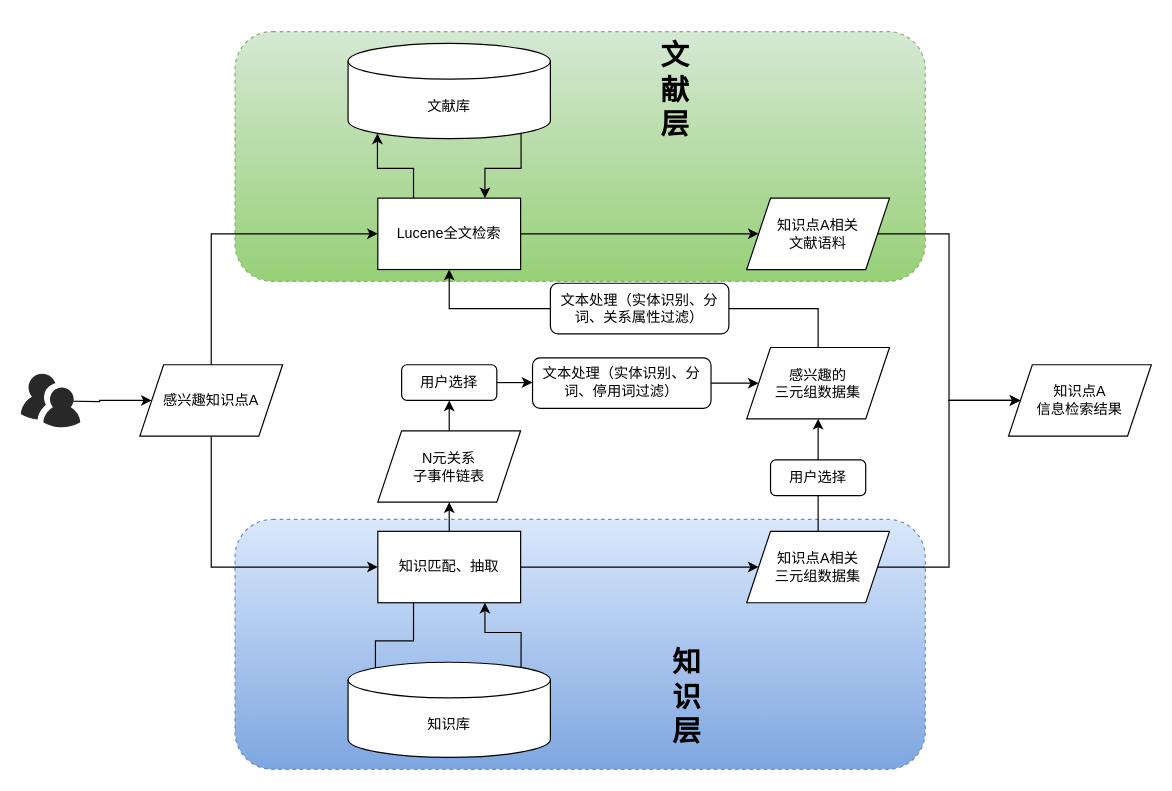
Above: Double-layers_retrival_mode.drawio in junchaoIU/Diagrams_library (draw.io), before the change. Source tidied: cells renumbered, new cells numbered last; positions are measured from the earlier drawing's top-left corner, leaving out a move shared by most shapes. Both pictures are drawn from the tidied source at 119%, with x=0, y=0 at pixel (20, 31).
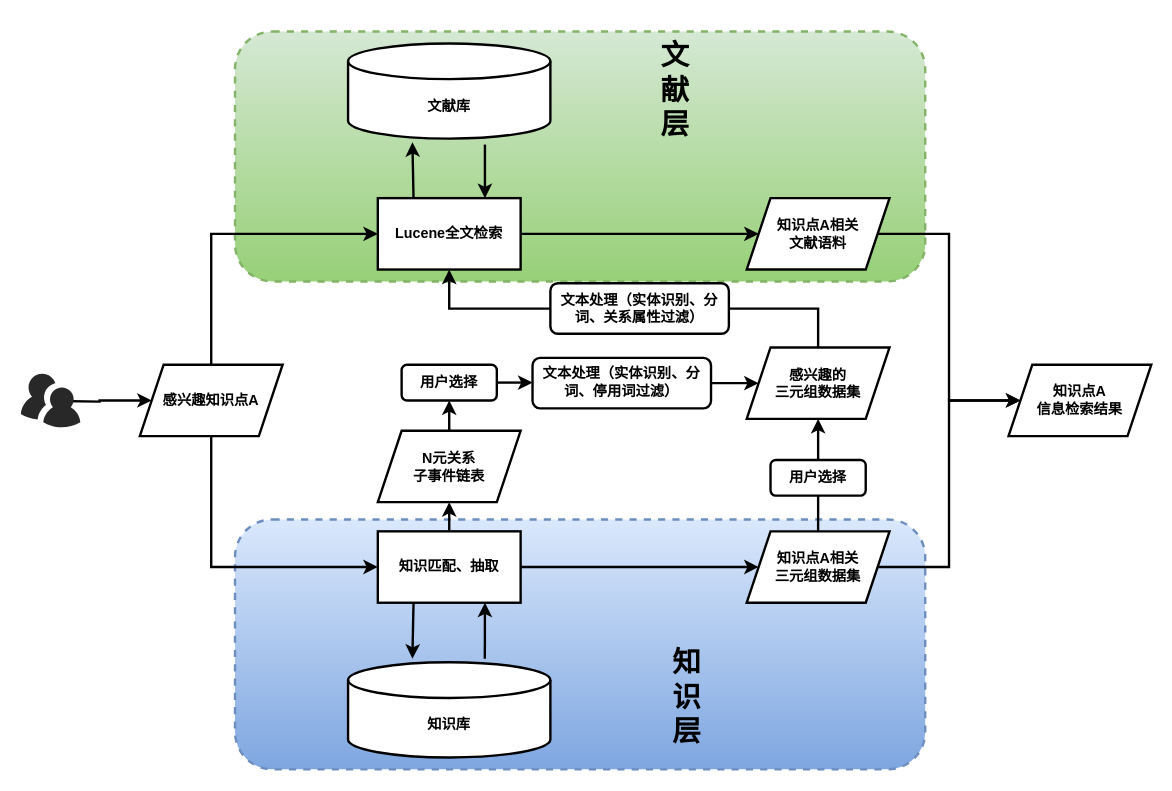
The same page after the edit.

What changed in the source:
```diff
@@
-    <mxCell id="2" style="rounded=1;whiteSpace=wrap;html=1;dashed=1;fillColor=#dae8fc;strokeColor=#6c8ebf;gradientColor=#7ea6e0;" parent="1" vertex="1">
+    <mxCell id="2" style="rounded=1;whiteSpace=wrap;html=1;dashed=1;fillColor=#dae8fc;strokeColor=#6c8ebf;gradientColor=#7ea6e0;strokeWidth=2;" parent="1" vertex="1">
       <mxGeometry x="180" y="410" width="580" height="210" as="geometry" />
     </mxCell>
-    <mxCell id="3" style="rounded=1;whiteSpace=wrap;html=1;dashed=1;fillColor=#d5e8d4;strokeColor=#82b366;gradientColor=#97d077;" parent="1" vertex="1">
+    <mxCell id="3" style="rounded=1;whiteSpace=wrap;html=1;dashed=1;fillColor=#d5e8d4;strokeColor=#82b366;gradientColor=#97d077;strokeWidth=2;" parent="1" vertex="1">
       <mxGeometry x="180" width="580" height="210" as="geometry" />
     </mxCell>
-    <mxCell id="4" style="edgeStyle=orthogonalEdgeStyle;rounded=0;jettySize=auto;html=1;exitX=0.5;exitY=0;exitDx=0;exitDy=0;entryX=0;entryY=0.5;entryDx=0;entryDy=0;" parent="1" edge="1" source="6" target="11">
+    <mxCell id="4" style="edgeStyle=orthogonalEdgeStyle;rounded=0;jettySize=auto;html=1;exitX=0.5;exitY=0;exitDx=0;exitDy=0;entryX=0;entryY=0.5;entryDx=0;entryDy=0;strokeWidth=2;" parent="1" edge="1" source="6" target="11">
       <mxGeometry relative="1" as="geometry" />
     </mxCell>
-    <mxCell id="5" style="edgeStyle=orthogonalEdgeStyle;rounded=0;jettySize=auto;html=1;exitX=0.5;exitY=1;exitDx=0;exitDy=0;entryX=0;entryY=0.5;entryDx=0;entryDy=0;" parent="1" edge="1" source="6" target="15">
+    <mxCell id="5" style="edgeStyle=orthogonalEdgeStyle;rounded=0;jettySize=auto;html=1;exitX=0.5;exitY=1;exitDx=0;exitDy=0;entryX=0;entryY=0.5;entryDx=0;entryDy=0;strokeWidth=2;" parent="1" edge="1" source="6" target="15">
       <mxGeometry relative="1" as="geometry" />
     </mxCell>
-    <mxCell id="6" value="感兴趣知识点A" style="shape=parallelogram;perimeter=parallelogramPerimeter;whiteSpace=wrap;html=1;fixedSize=1;" parent="1" vertex="1">
+    <mxCell id="6" value="&lt;b&gt;感兴趣知识点A&lt;/b&gt;" style="shape=parallelogram;perimeter=parallelogramPerimeter;whiteSpace=wrap;html=1;fixedSize=1;strokeWidth=2;" parent="1" vertex="1">
       <mxGeometry x="100" y="280" width="120" height="60" as="geometry" />
     </mxCell>
-    <mxCell id="7" style="edgeStyle=orthogonalEdgeStyle;rounded=0;jettySize=auto;html=1;exitX=0.855;exitY=1;exitDx=0;exitDy=-4.35;exitPerimeter=0;entryX=0.75;entryY=0;entryDx=0;entryDy=0;" parent="1" edge="1" source="8" target="11">
-      <mxGeometry relative="1" as="geometry" />
+    <mxCell id="7" style="rounded=0;jettySize=auto;html=1;entryX=0.75;entryY=0;entryDx=0;entryDy=0;strokeWidth=2;" parent="1" edge="1" target="11">
+      <mxGeometry relative="1" as="geometry">
+        <mxPoint x="390" y="95" as="sourcePoint" />
+      </mxGeometry>
     </mxCell>
-    <mxCell id="8" value="文献库" style="shape=cylinder3;whiteSpace=wrap;html=1;boundedLbl=1;backgroundOutline=1;size=15;" parent="1" vertex="1">
+    <mxCell id="8" value="&lt;b&gt;文献库&lt;/b&gt;" style="shape=cylinder3;whiteSpace=wrap;html=1;boundedLbl=1;backgroundOutline=1;size=15;strokeWidth=2;" parent="1" vertex="1">
       <mxGeometry x="275" y="10" width="170" height="80" as="geometry" />
     </mxCell>
-    <mxCell id="9" style="edgeStyle=orthogonalEdgeStyle;rounded=0;jettySize=auto;html=1;exitX=0.25;exitY=0;exitDx=0;exitDy=0;entryX=0.145;entryY=1;entryDx=0;entryDy=-4.35;entryPerimeter=0;" parent="1" edge="1" source="11" target="8">
+    <mxCell id="9" style="rounded=0;jettySize=auto;html=1;exitX=0.25;exitY=0;exitDx=0;exitDy=0;entryX=0.318;entryY=1.038;entryDx=0;entryDy=0;entryPerimeter=0;strokeWidth=2;" parent="1" edge="1" source="11" target="8">
       <mxGeometry relative="1" as="geometry" />
     </mxCell>
-    <mxCell id="10" style="edgeStyle=orthogonalEdgeStyle;rounded=0;jettySize=auto;html=1;exitX=1;exitY=0.5;exitDx=0;exitDy=0;entryX=0;entryY=0.5;entryDx=0;entryDy=0;" parent="1" edge="1" source="11" target="21">
+    <mxCell id="10" style="edgeStyle=orthogonalEdgeStyle;rounded=0;jettySize=auto;html=1;exitX=1;exitY=0.5;exitDx=0;exitDy=0;entryX=0;entryY=0.5;entryDx=0;entryDy=0;strokeWidth=2;" parent="1" edge="1" source="11" target="21">
       <mxGeometry relative="1" as="geometry" />
     </mxCell>
-    <mxCell id="11" value="Lucene全文检索" style="rounded=0;whiteSpace=wrap;html=1;" parent="1" vertex="1">
+    <mxCell id="11" value="&lt;b&gt;Lucene全文检索&lt;/b&gt;" style="rounded=0;whiteSpace=wrap;html=1;strokeWidth=2;" parent="1" vertex="1">
       <mxGeometry x="300" y="140" width="120" height="60" as="geometry" />
     </mxCell>
-    <mxCell id="12" style="edgeStyle=orthogonalEdgeStyle;rounded=0;jettySize=auto;html=1;exitX=0.25;exitY=1;exitDx=0;exitDy=0;entryX=0.145;entryY=0;entryDx=0;entryDy=4.35;entryPerimeter=0;" parent="1" edge="1" source="15" target="26">
-      <mxGeometry relative="1" as="geometry">
-        <Array as="points">
-          <mxPoint x="330" y="512" />
-          <mxPoint x="298" y="512" />
-          <mxPoint x="298" y="554" />
-        </Array>
-      </mxGeometry>
+    <mxCell id="12" style="rounded=0;jettySize=auto;html=1;exitX=0.25;exitY=1;exitDx=0;exitDy=0;entryX=0.318;entryY=-0.037;entryDx=0;entryDy=0;entryPerimeter=0;strokeWidth=2;" parent="1" edge="1" source="15" target="26">
+      <mxGeometry relative="1" as="geometry" />
     </mxCell>
-    <mxCell id="13" style="edgeStyle=orthogonalEdgeStyle;rounded=0;jettySize=auto;html=1;exitX=0.5;exitY=0;exitDx=0;exitDy=0;entryX=0.5;entryY=1;entryDx=0;entryDy=0;" parent="1" edge="1" source="15" target="23">
+    <mxCell id="13" style="edgeStyle=orthogonalEdgeStyle;rounded=0;jettySize=auto;html=1;exitX=0.5;exitY=0;exitDx=0;exitDy=0;entryX=0.5;entryY=1;entryDx=0;entryDy=0;strokeWidth=2;" parent="1" edge="1" source="15" target="23">
       <mxGeometry relative="1" as="geometry" />
     </mxCell>
-    <mxCell id="14" style="edgeStyle=orthogonalEdgeStyle;rounded=0;jettySize=auto;html=1;exitX=1;exitY=0.5;exitDx=0;exitDy=0;entryX=0;entryY=0.5;entryDx=0;entryDy=0;" parent="1" edge="1" source="15" target="19">
+    <mxCell id="14" style="edgeStyle=orthogonalEdgeStyle;rounded=0;jettySize=auto;html=1;exitX=1;exitY=0.5;exitDx=0;exitDy=0;entryX=0;entryY=0.5;entryDx=0;entryDy=0;strokeWidth=2;" parent="1" edge="1" source="15" target="19">
       <mxGeometry relative="1" as="geometry" />
     </mxCell>
-    <mxCell id="15" value="知识匹配、抽取" style="rounded=0;whiteSpace=wrap;html=1;" parent="1" vertex="1">
+    <mxCell id="15" value="&lt;b&gt;知识匹配、抽取&lt;/b&gt;" style="rounded=0;whiteSpace=wrap;html=1;strokeWidth=2;" parent="1" vertex="1">
       <mxGeometry x="300" y="420" width="120" height="60" as="geometry" />
     </mxCell>
-    <mxCell id="16" style="edgeStyle=orthogonalEdgeStyle;rounded=0;jettySize=auto;html=1;exitX=0.855;exitY=0;exitDx=0;exitDy=4.35;exitPerimeter=0;entryX=0.75;entryY=1;entryDx=0;entryDy=0;" parent="1" edge="1" source="26" target="15">
+    <mxCell id="16" style="rounded=0;jettySize=auto;html=1;entryX=0.75;entryY=1;entryDx=0;entryDy=0;exitX=0.676;exitY=-0.037;exitDx=0;exitDy=0;exitPerimeter=0;strokeWidth=2;" parent="1" edge="1" source="26" target="15">
       <mxGeometry relative="1" as="geometry" />
     </mxCell>
-    <mxCell id="17" style="edgeStyle=orthogonalEdgeStyle;rounded=0;jettySize=auto;html=1;exitX=0.5;exitY=0;exitDx=0;exitDy=0;entryX=0.5;entryY=1;entryDx=0;entryDy=0;" parent="1" edge="1" source="19" target="25">
+    <mxCell id="17" style="edgeStyle=orthogonalEdgeStyle;rounded=0;jettySize=auto;html=1;exitX=0.5;exitY=0;exitDx=0;exitDy=0;entryX=0.5;entryY=1;entryDx=0;entryDy=0;strokeWidth=2;" parent="1" edge="1" source="19" target="25">
       <mxGeometry relative="1" as="geometry" />
     </mxCell>
-    <mxCell id="18" style="edgeStyle=orthogonalEdgeStyle;rounded=0;jettySize=auto;html=1;exitX=1;exitY=0.5;exitDx=0;exitDy=0;entryX=0;entryY=0.5;entryDx=0;entryDy=0;" parent="1" edge="1" source="19" target="27">
+    <mxCell id="18" style="edgeStyle=orthogonalEdgeStyle;rounded=0;jettySize=auto;html=1;exitX=1;exitY=0.5;exitDx=0;exitDy=0;entryX=0;entryY=0.5;entryDx=0;entryDy=0;strokeWidth=2;" parent="1" edge="1" source="19" target="27">
       <mxGeometry relative="1" as="geometry">
         <Array as="points">
           <mxPoint x="780" y="450" />
           <mxPoint x="780" y="310" />
         </Array>
       </mxGeometry>
     </mxCell>
-    <mxCell id="19" value="知识点A相关&lt;br&gt;三元组数据集" style="shape=parallelogram;perimeter=parallelogramPerimeter;whiteSpace=wrap;html=1;fixedSize=1;" parent="1" vertex="1">
+    <mxCell id="19" value="&lt;b&gt;知识点A相关&lt;br&gt;三元组数据集&lt;/b&gt;" style="shape=parallelogram;perimeter=parallelogramPerimeter;whiteSpace=wrap;html=1;fixedSize=1;strokeWidth=2;" parent="1" vertex="1">
       <mxGeometry x="610" y="420" width="120" height="60" as="geometry" />
     </mxCell>
-    <mxCell id="20" style="edgeStyle=orthogonalEdgeStyle;rounded=0;jettySize=auto;html=1;exitX=1;exitY=0.5;exitDx=0;exitDy=0;entryX=0;entryY=0.5;entryDx=0;entryDy=0;" parent="1" edge="1" source="21" target="27">
+    <mxCell id="20" style="edgeStyle=orthogonalEdgeStyle;rounded=0;jettySize=auto;html=1;exitX=1;exitY=0.5;exitDx=0;exitDy=0;entryX=0;entryY=0.5;entryDx=0;entryDy=0;strokeWidth=2;" parent="1" edge="1" source="21" target="27">
       <mxGeometry relative="1" as="geometry">
         <Array as="points">
           <mxPoint x="780" y="170" />
           <mxPoint x="780" y="310" />
         </Array>
       </mxGeometry>
     </mxCell>
-    <mxCell id="21" value="知识点A相关&lt;br&gt;文献语料" style="shape=parallelogram;perimeter=parallelogramPerimeter;whiteSpace=wrap;html=1;fixedSize=1;" parent="1" vertex="1">
+    <mxCell id="21" value="&lt;b&gt;知识点A相关&lt;br&gt;文献语料&lt;/b&gt;" style="shape=parallelogram;perimeter=parallelogramPerimeter;whiteSpace=wrap;html=1;fixedSize=1;strokeWidth=2;" parent="1" vertex="1">
       <mxGeometry x="610" y="140" width="120" height="60" as="geometry" />
     </mxCell>
-    <mxCell id="22" style="edgeStyle=orthogonalEdgeStyle;rounded=0;jettySize=auto;html=1;exitX=0.5;exitY=0;exitDx=0;exitDy=0;" parent="1" edge="1" source="23" target="34">
+    <mxCell id="22" style="edgeStyle=orthogonalEdgeStyle;rounded=0;jettySize=auto;html=1;exitX=0.5;exitY=0;exitDx=0;exitDy=0;strokeWidth=2;" parent="1" edge="1" source="23" target="34">
       <mxGeometry relative="1" as="geometry" />
     </mxCell>
-    <mxCell id="23" value="N元关系&lt;br&gt;子事件链表" style="shape=parallelogram;perimeter=parallelogramPerimeter;whiteSpace=wrap;html=1;fixedSize=1;" parent="1" vertex="1">
+    <mxCell id="23" value="&lt;b&gt;N元关系&lt;br&gt;子事件链表&lt;/b&gt;" style="shape=parallelogram;perimeter=parallelogramPerimeter;whiteSpace=wrap;html=1;fixedSize=1;strokeWidth=2;" parent="1" vertex="1">
       <mxGeometry x="300" y="335.5" width="120" height="60" as="geometry" />
     </mxCell>
-    <mxCell id="24" style="edgeStyle=orthogonalEdgeStyle;rounded=0;jettySize=auto;html=1;exitX=0.5;exitY=0;exitDx=0;exitDy=0;" parent="1" edge="1" source="25" target="11">
+    <mxCell id="24" style="edgeStyle=orthogonalEdgeStyle;rounded=0;jettySize=auto;html=1;exitX=0.5;exitY=0;exitDx=0;exitDy=0;strokeWidth=2;" parent="1" edge="1" source="25" target="11">
       <mxGeometry relative="1" as="geometry" />
     </mxCell>
-    <mxCell id="25" value="感兴趣的&lt;br&gt;三元组数据集" style="shape=parallelogram;perimeter=parallelogramPerimeter;whiteSpace=wrap;html=1;fixedSize=1;" parent="1" vertex="1">
+    <mxCell id="25" value="&lt;b&gt;感兴趣的&lt;br&gt;三元组数据集&lt;/b&gt;" style="shape=parallelogram;perimeter=parallelogramPerimeter;whiteSpace=wrap;html=1;fixedSize=1;strokeWidth=2;" parent="1" vertex="1">
       <mxGeometry x="610" y="265.5" width="120" height="60" as="geometry" />
     </mxCell>
-    <mxCell id="26" value="知识库" style="shape=cylinder3;whiteSpace=wrap;html=1;boundedLbl=1;backgroundOutline=1;size=15;" parent="1" vertex="1">
+    <mxCell id="26" value="&lt;b&gt;知识库&lt;/b&gt;" style="shape=cylinder3;whiteSpace=wrap;html=1;boundedLbl=1;backgroundOutline=1;size=15;strokeWidth=2;" parent="1" vertex="1">
       <mxGeometry x="275" y="530" width="170" height="80" as="geometry" />
     </mxCell>
-    <mxCell id="27" value="知识点A&lt;br&gt;信息检索结果" style="shape=parallelogram;perimeter=parallelogramPerimeter;whiteSpace=wrap;html=1;fixedSize=1;" parent="1" vertex="1">
+    <mxCell id="27" value="&lt;b&gt;知识点A&lt;br&gt;信息检索结果&lt;/b&gt;" style="shape=parallelogram;perimeter=parallelogramPerimeter;whiteSpace=wrap;html=1;fixedSize=1;strokeWidth=2;" parent="1" vertex="1">
       <mxGeometry x="830" y="280" width="120" height="60" as="geometry" />
     </mxCell>
-    <mxCell id="28" value="&lt;h1&gt;文献层&lt;/h1&gt;" style="text;html=1;strokeColor=none;fillColor=none;align=center;verticalAlign=middle;whiteSpace=wrap;rounded=0;dashed=1;" parent="1" vertex="1">
+    <mxCell id="28" value="&lt;h1&gt;文献层&lt;/h1&gt;" style="text;html=1;strokeColor=none;fillColor=none;align=center;verticalAlign=middle;whiteSpace=wrap;rounded=0;dashed=1;strokeWidth=2;" parent="1" vertex="1">
       <mxGeometry x="530" y="40" width="40" height="20" as="geometry" />
     </mxCell>
-    <mxCell id="29" value="&lt;h1&gt;知识层&lt;/h1&gt;" style="text;html=1;strokeColor=none;fillColor=none;align=center;verticalAlign=middle;whiteSpace=wrap;rounded=0;dashed=1;" parent="1" vertex="1">
+    <mxCell id="29" value="&lt;h1&gt;知识层&lt;/h1&gt;" style="text;html=1;strokeColor=none;fillColor=none;align=center;verticalAlign=middle;whiteSpace=wrap;rounded=0;dashed=1;strokeWidth=2;" parent="1" vertex="1">
       <mxGeometry x="540" y="550" width="40" height="20" as="geometry" />
     </mxCell>
-    <mxCell id="30" style="edgeStyle=orthogonalEdgeStyle;rounded=0;jettySize=auto;html=1;exitX=0.87;exitY=0.65;exitDx=0;exitDy=0;exitPerimeter=0;" parent="1" edge="1" target="6">
+    <mxCell id="30" style="edgeStyle=orthogonalEdgeStyle;rounded=0;jettySize=auto;html=1;exitX=0.87;exitY=0.65;exitDx=0;exitDy=0;exitPerimeter=0;strokeWidth=2;" parent="1" edge="1" target="6">
       <mxGeometry relative="1" as="geometry">
         <mxPoint x="31.3" y="310.5" as="sourcePoint" />
       </mxGeometry>
     </mxCell>
-    <mxCell id="31" style="verticalLabelPosition=bottom;html=1;fillColor=#282828;strokeColor=none;verticalAlign=top;align=center;shape=mxgraph.cisco_safe.people_places_things_icons.icon9;dashed=1;" parent="1" vertex="1">
+    <mxCell id="31" style="verticalLabelPosition=bottom;html=1;fillColor=#282828;strokeColor=none;verticalAlign=top;align=center;shape=mxgraph.cisco_safe.people_places_things_icons.icon9;dashed=1;strokeWidth=2;" parent="1" vertex="1">
       <mxGeometry y="287.5" width="50" height="45" as="geometry" />
     </mxCell>
-    <mxCell id="32" value="用户选择" style="rounded=1;whiteSpace=wrap;html=1;" parent="1" vertex="1">
+    <mxCell id="32" value="&lt;b&gt;用户选择&lt;/b&gt;" style="rounded=1;whiteSpace=wrap;html=1;strokeWidth=2;" parent="1" vertex="1">
       <mxGeometry x="630" y="360" width="80" height="30" as="geometry" />
     </mxCell>
-    <mxCell id="33" style="edgeStyle=orthogonalEdgeStyle;rounded=0;jettySize=auto;html=1;exitX=1;exitY=0.5;exitDx=0;exitDy=0;entryX=0;entryY=0.5;entryDx=0;entryDy=0;" parent="1" edge="1" source="34" target="36">
+    <mxCell id="33" style="edgeStyle=orthogonalEdgeStyle;rounded=0;jettySize=auto;html=1;exitX=1;exitY=0.5;exitDx=0;exitDy=0;entryX=0;entryY=0.5;entryDx=0;entryDy=0;strokeWidth=2;" parent="1" edge="1" source="34" target="36">
       <mxGeometry relative="1" as="geometry" />
     </mxCell>
-    <mxCell id="34" value="用户选择" style="rounded=1;whiteSpace=wrap;html=1;" parent="1" vertex="1">
+    <mxCell id="34" value="&lt;b&gt;用户选择&lt;/b&gt;" style="rounded=1;whiteSpace=wrap;html=1;strokeWidth=2;" parent="1" vertex="1">
       <mxGeometry x="320" y="280" width="80" height="30" as="geometry" />
     </mxCell>
-    <mxCell id="35" style="edgeStyle=orthogonalEdgeStyle;rounded=0;jettySize=auto;html=1;exitX=1;exitY=0.5;exitDx=0;exitDy=0;" parent="1" edge="1" source="36" target="25">
+    <mxCell id="35" style="edgeStyle=orthogonalEdgeStyle;rounded=0;jettySize=auto;html=1;exitX=1;exitY=0.5;exitDx=0;exitDy=0;strokeWidth=2;" parent="1" edge="1" source="36" target="25">
       <mxGeometry relative="1" as="geometry" />
     </mxCell>
-    <mxCell id="36" value="文本处理（实体识别、分词、停用词过滤）" style="rounded=1;whiteSpace=wrap;html=1;" parent="1" vertex="1">
+    <mxCell id="36" value="&lt;b&gt;文本处理（实体识别、分词、停用词过滤）&lt;/b&gt;" style="rounded=1;whiteSpace=wrap;html=1;strokeWidth=2;" parent="1" vertex="1">
       <mxGeometry x="430" y="274.2" width="150" height="42.5" as="geometry" />
     </mxCell>
-    <mxCell id="37" value="文本处理（实体识别、分词、关系属性过滤）" style="rounded=1;whiteSpace=wrap;html=1;" parent="1" vertex="1">
+    <mxCell id="37" value="&lt;b&gt;文本处理（实体识别、分词、关系属性过滤）&lt;/b&gt;" style="rounded=1;whiteSpace=wrap;html=1;strokeWidth=2;" parent="1" vertex="1">
       <mxGeometry x="445" y="211.5" width="150" height="42.5" as="geometry" />
     </mxCell>
```
